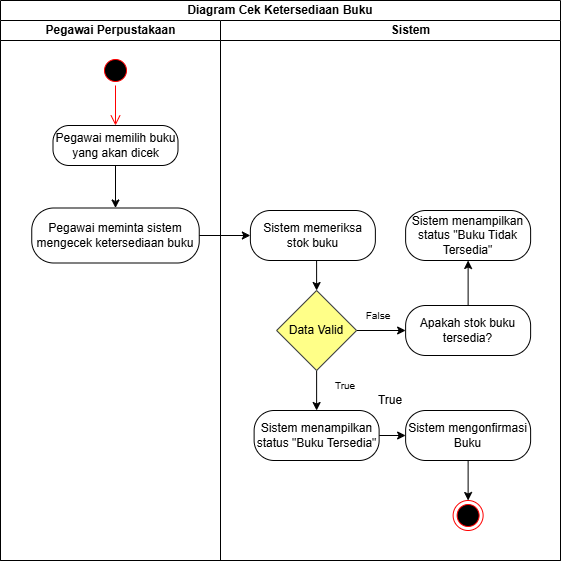
This is Gambar diagram/Use case-Activity Cek Ketersediaan Buku.drawio.png from DikiDrim/FileSkripsi, a draw.io export, as it was before one commit. Source tidied: cells renumbered, new cells last; positions are measured from the earlier drawing's top-left corner, leaving out a move shared by most shapes.
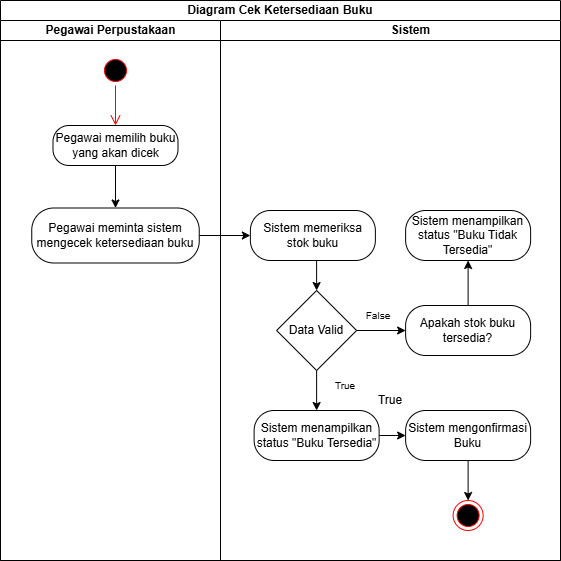
Later version of the same file.

What changed in the source:
```diff
@@ -46,7 +46,7 @@
     <mxCell id="15" style="edgeStyle=orthogonalEdgeStyle;rounded=0;jettySize=auto;html=1;exitX=0.5;exitY=1;exitDx=0;exitDy=0;entryX=0.5;entryY=0;entryDx=0;entryDy=0;" parent="9" edge="1" source="16" target="19">
       <mxGeometry relative="1" as="geometry" />
     </mxCell>
-    <mxCell id="16" value="Data Valid" style="rhombus;whiteSpace=wrap;html=1;fillColor=#ffff88;strokeColor=#36393d;" parent="9" vertex="1">
+    <mxCell id="16" value="Data Valid" style="rhombus;whiteSpace=wrap;html=1;" parent="9" vertex="1">
       <mxGeometry x="56.1" y="270" width="80" height="80" as="geometry" />
     </mxCell>
     <mxCell id="17" value="&lt;font style=&quot;font-size: 10px;&quot;&gt;False&lt;/font&gt;" style="text;html=1;whiteSpace=wrap;strokeColor=none;fillColor=none;align=center;verticalAlign=middle;rounded=0;" parent="9" vertex="1">
```
